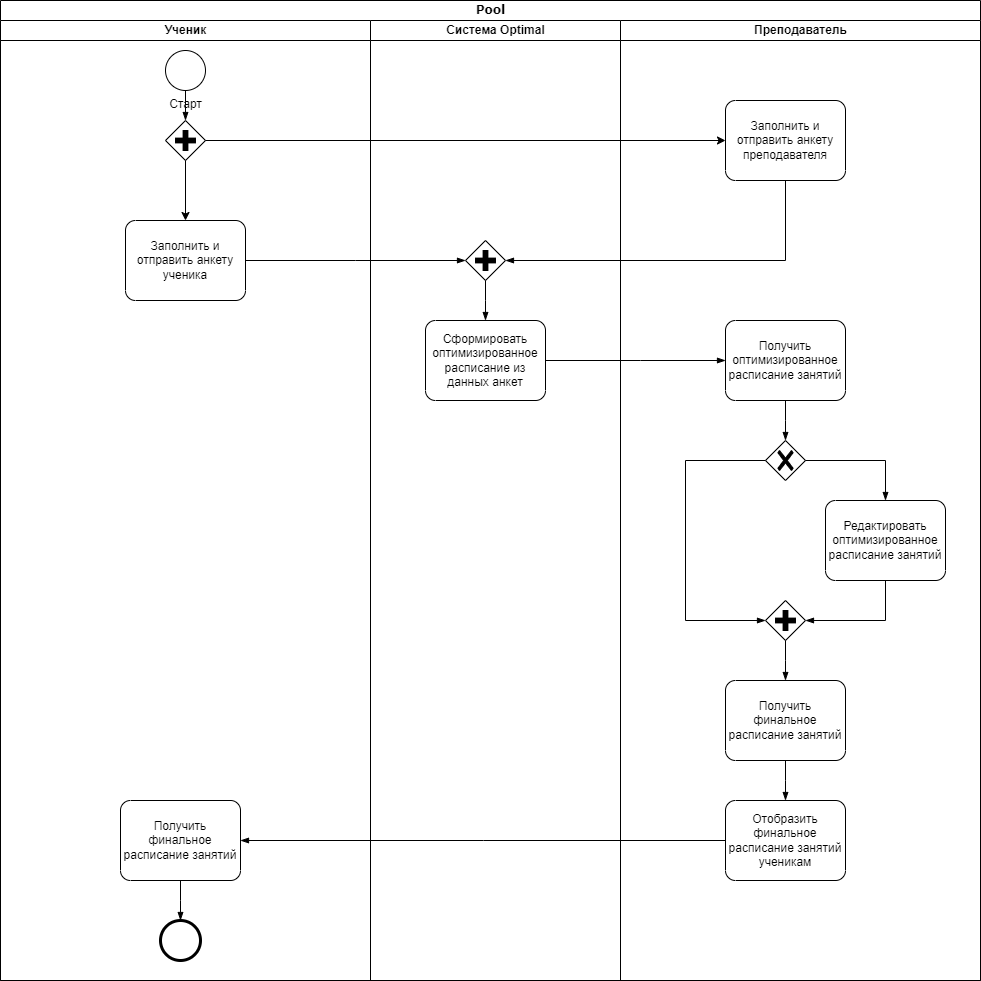
Above: BPMN.png in watashinonericell/myrepos (draw.io), before the change. Source tidied: cells renumbered, new cells last; positions are measured from the earlier drawing's top-left corner, leaving out a move shared by most shapes.
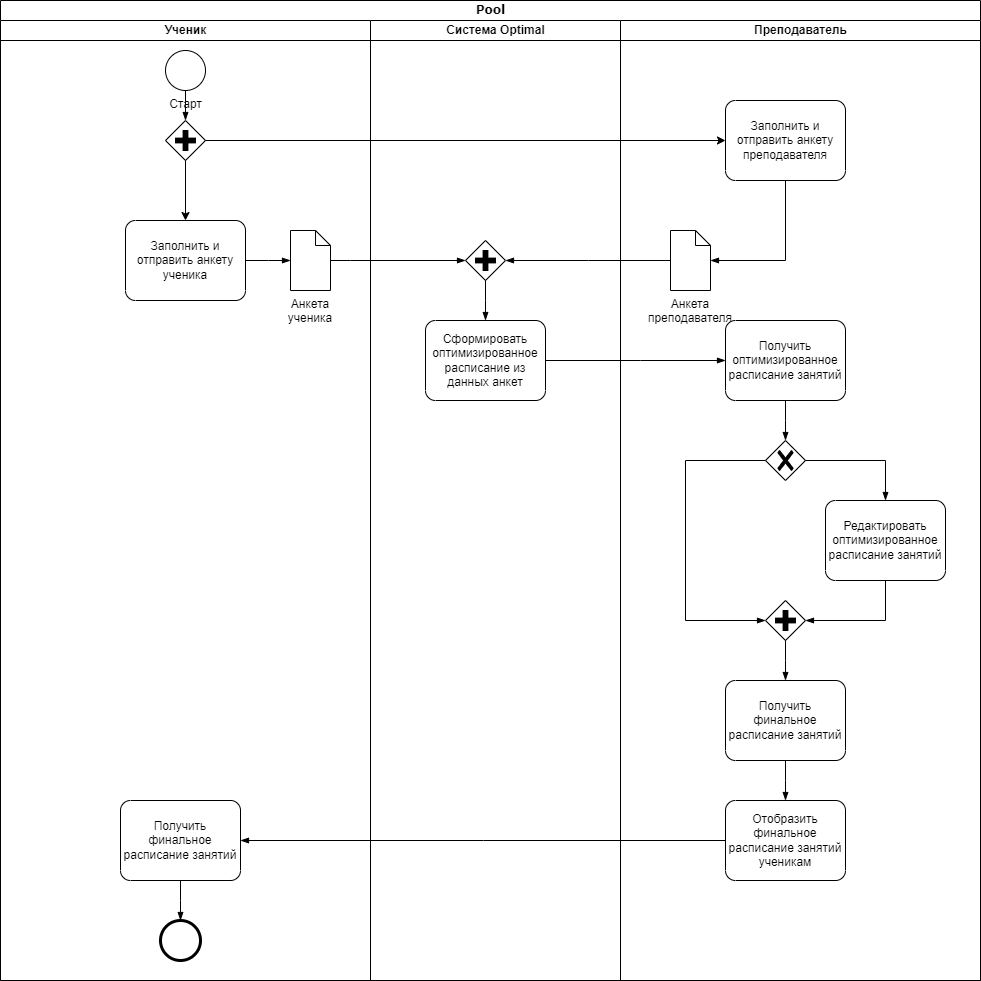
The same diagram one commit later.

Diff of the diagram source:
```diff
@@ -32,6 +32,12 @@
     <mxCell id="11" style="edgeStyle=elbowEdgeStyle;fontSize=12;html=1;endArrow=blockThin;endFill=1;rounded=0;exitX=0.5;exitY=1;exitDx=0;exitDy=0;exitPerimeter=0;entryX=0.5;entryY=0;entryDx=0;entryDy=0;entryPerimeter=0;" parent="3" edge="1" source="9" target="10">
       <mxGeometry relative="1" as="geometry" />
     </mxCell>
+    <mxCell id="35" value="Анкета ученика" style="shape=mxgraph.bpmn.data;labelPosition=center;verticalLabelPosition=bottom;align=center;verticalAlign=top;whiteSpace=wrap;size=15;html=1;" parent="3" vertex="1">
+      <mxGeometry x="290" y="210" width="40" height="60" as="geometry" />
+    </mxCell>
+    <mxCell id="14" style="edgeStyle=elbowEdgeStyle;fontSize=12;html=1;endArrow=blockThin;endFill=1;rounded=0;exitX=1;exitY=0.5;exitDx=0;exitDy=0;exitPerimeter=0;entryX=0;entryY=0.5;entryDx=0;entryDy=0;entryPerimeter=0;" parent="3" edge="1" source="8" target="35">
+      <mxGeometry relative="1" as="geometry" />
+    </mxCell>
     <mxCell id="12" style="edgeStyle=elbowEdgeStyle;fontSize=12;html=1;endArrow=blockThin;endFill=1;rounded=0;exitX=1;exitY=0.5;exitDx=0;exitDy=0;exitPerimeter=0;entryX=0;entryY=0.5;entryDx=0;entryDy=0;entryPerimeter=0;" parent="2" edge="1" source="16" target="22">
       <mxGeometry relative="1" as="geometry">
         <Array as="points">
@@ -42,9 +48,6 @@
     <mxCell id="13" style="edgeStyle=elbowEdgeStyle;fontSize=12;html=1;endArrow=blockThin;endFill=1;rounded=0;exitX=0;exitY=0.5;exitDx=0;exitDy=0;exitPerimeter=0;entryX=1;entryY=0.5;entryDx=0;entryDy=0;entryPerimeter=0;" parent="2" edge="1" source="33" target="9">
       <mxGeometry relative="1" as="geometry" />
     </mxCell>
-    <mxCell id="14" style="edgeStyle=elbowEdgeStyle;fontSize=12;html=1;endArrow=blockThin;endFill=1;rounded=0;exitX=1;exitY=0.5;exitDx=0;exitDy=0;exitPerimeter=0;entryX=0;entryY=0.5;entryDx=0;entryDy=0;entryPerimeter=0;" parent="2" edge="1" source="8" target="17">
-      <mxGeometry relative="1" as="geometry" />
-    </mxCell>
     <mxCell id="15" value="Система Optimal" style="swimlane;html=1;startSize=20;" parent="2" vertex="1">
       <mxGeometry x="370" y="20" width="250" height="960" as="geometry" />
     </mxCell>
@@ -57,13 +60,6 @@
     <mxCell id="18" style="edgeStyle=elbowEdgeStyle;fontSize=12;html=1;endArrow=blockThin;endFill=1;rounded=0;exitX=0.5;exitY=1;exitDx=0;exitDy=0;exitPerimeter=0;entryX=0.5;entryY=0;entryDx=0;entryDy=0;entryPerimeter=0;" parent="15" edge="1" source="17" target="16">
       <mxGeometry relative="1" as="geometry" />
     </mxCell>
-    <mxCell id="19" style="edgeStyle=elbowEdgeStyle;fontSize=12;html=1;endArrow=blockThin;endFill=1;rounded=0;exitX=0.5;exitY=1;exitDx=0;exitDy=0;exitPerimeter=0;entryX=1;entryY=0.5;entryDx=0;entryDy=0;entryPerimeter=0;" parent="2" edge="1" source="21" target="17">
-      <mxGeometry relative="1" as="geometry">
-        <Array as="points">
-          <mxPoint x="785" y="220" />
-        </Array>
-      </mxGeometry>
-    </mxCell>
     <mxCell id="20" value="Преподаватель" style="swimlane;html=1;startSize=20;" parent="2" vertex="1">
       <mxGeometry x="620" y="20" width="360" height="960" as="geometry" />
     </mxCell>
@@ -118,8 +114,31 @@
     <mxCell id="33" value="Отобразить финальное расписание занятий ученикам" style="points=[[0.25,0,0],[0.5,0,0],[0.75,0,0],[1,0.25,0],[1,0.5,0],[1,0.75,0],[0.75,1,0],[0.5,1,0],[0.25,1,0],[0,0.75,0],[0,0.5,0],[0,0.25,0]];shape=mxgraph.bpmn.task;whiteSpace=wrap;rectStyle=rounded;size=10;html=1;taskMarker=abstract;" parent="20" vertex="1">
       <mxGeometry x="105" y="780" width="120" height="80" as="geometry" />
     </mxCell>
+    <mxCell id="36" value="Анкета преподавателя" style="shape=mxgraph.bpmn.data;labelPosition=center;verticalLabelPosition=bottom;align=center;verticalAlign=top;whiteSpace=wrap;size=15;html=1;" parent="20" vertex="1">
+      <mxGeometry x="50" y="210" width="40" height="60" as="geometry" />
+    </mxCell>
+    <mxCell id="19" style="edgeStyle=elbowEdgeStyle;fontSize=12;html=1;endArrow=blockThin;endFill=1;rounded=0;exitX=0.5;exitY=1;exitDx=0;exitDy=0;exitPerimeter=0;" parent="20" edge="1" source="21">
+      <mxGeometry relative="1" as="geometry">
+        <mxPoint x="90" y="240" as="targetPoint" />
+        <Array as="points">
+          <mxPoint x="165" y="200" />
+        </Array>
+      </mxGeometry>
+    </mxCell>
     <mxCell id="34" style="edgeStyle=orthogonalEdgeStyle;rounded=0;jettySize=auto;html=1;exitX=1;exitY=0.5;exitDx=0;exitDy=0;exitPerimeter=0;entryX=0;entryY=0.5;entryDx=0;entryDy=0;entryPerimeter=0;" parent="2" edge="1" source="5" target="21">
       <mxGeometry relative="1" as="geometry" />
     </mxCell>
+    <mxCell id="37" style="edgeStyle=elbowEdgeStyle;fontSize=12;html=1;endArrow=blockThin;endFill=1;rounded=0;entryX=0;entryY=0.5;entryDx=0;entryDy=0;entryPerimeter=0;" parent="2" edge="1" target="17">
+      <mxGeometry relative="1" as="geometry">
+        <mxPoint x="330" y="260" as="sourcePoint" />
+        <Array as="points">
+          <mxPoint x="350" y="260" />
+          <mxPoint x="380" y="260" />
+        </Array>
+      </mxGeometry>
+    </mxCell>
+    <mxCell id="38" style="edgeStyle=elbowEdgeStyle;fontSize=12;html=1;endArrow=blockThin;endFill=1;rounded=0;entryX=1;entryY=0.5;entryDx=0;entryDy=0;entryPerimeter=0;exitX=0;exitY=0.5;exitDx=0;exitDy=0;exitPerimeter=0;" parent="2" edge="1" source="36" target="17">
+      <mxGeometry relative="1" as="geometry" />
+    </mxCell>
   </root>
 </mxGraphModel>
```
